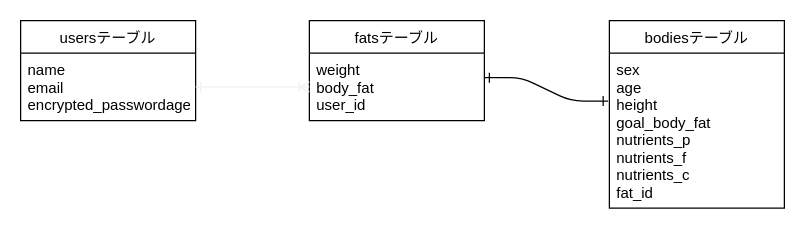
Above: designdb.dio in HSKINK/bodyrecord (draw.io), before the change. Source tidied: cells renumbered, new cells numbered last; positions are measured from the earlier drawing's top-left corner, leaving out a move shared by most shapes. Both pictures are drawn from the tidied source at 125%, with x=0, y=0 at pixel (20, 20).
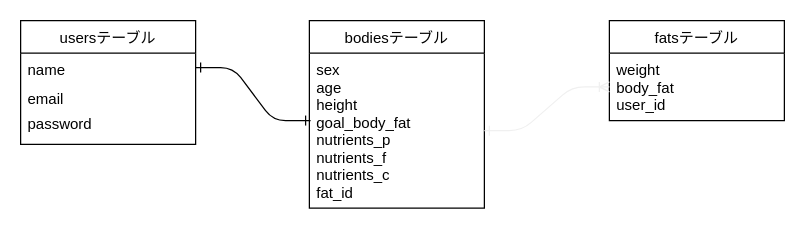
Above is the later version.

The edit, as a diff of the source:
```diff
@@
 <mxGraphModel>
   <root>
     <mxCell id="0" />
     <mxCell id="1" parent="0" />
     <mxCell id="2" value="usersテーブル" style="swimlane;fontStyle=0;horizontal=1;startSize=26;" parent="1" vertex="1">
-      <mxGeometry width="140" height="80" as="geometry" />
+      <mxGeometry width="140" height="99" as="geometry" />
     </mxCell>
     <mxCell id="3" value="fatsテーブル" style="swimlane;fontStyle=0;horizontal=1;startSize=26;" parent="1" vertex="1">
-      <mxGeometry x="231" width="140" height="80" as="geometry" />
+      <mxGeometry x="471" width="140" height="80" as="geometry" />
     </mxCell>
     <mxCell id="4" value="weight&#10;body_fat&#10;user_id" style="text;strokeColor=none;fillColor=none;align=left;verticalAlign=top;spacingLeft=4;spacingRight=4;overflow=hidden;points=[[0,0.5],[1,0.5]];portConstraint=eastwest;" parent="3" vertex="1">
       <mxGeometry y="26" width="140" height="54" as="geometry" />
     </mxCell>
     <mxCell id="5" value="bodiesテーブル" style="swimlane;fontStyle=0;horizontal=1;startSize=26;" parent="1" vertex="1">
-      <mxGeometry x="471" width="140" height="150" as="geometry" />
+      <mxGeometry x="231" width="140" height="150" as="geometry" />
     </mxCell>
     <mxCell id="6" value="sex&#10;age&#10;height&#10;goal_body_fat&#10;nutrients_p&#10;nutrients_f&#10;nutrients_c&#10;fat_id" style="text;strokeColor=none;fillColor=none;align=left;verticalAlign=top;spacingLeft=4;spacingRight=4;overflow=hidden;points=[[0,0.5],[1,0.5]];portConstraint=eastwest;" parent="5" vertex="1">
       <mxGeometry y="26" width="140" height="124" as="geometry" />
     </mxCell>
-    <mxCell id="7" style="edgeStyle=entityRelationEdgeStyle;fontSize=12;html=1;endArrow=ERone;endFill=0;targetPerimeterSpacing=0;sourcePerimeterSpacing=0;startArrow=ERone;startFill=0;entryX=-0.007;entryY=0.309;entryDx=0;entryDy=0;entryPerimeter=0;exitX=1;exitY=0.364;exitDx=0;exitDy=0;exitPerimeter=0;" parent="1" edge="1" source="4" target="6">
+    <mxCell id="7" style="edgeStyle=entityRelationEdgeStyle;fontSize=12;html=1;endArrow=ERone;endFill=0;targetPerimeterSpacing=0;sourcePerimeterSpacing=0;startArrow=ERone;startFill=0;exitX=0.007;exitY=0.435;exitDx=0;exitDy=0;exitPerimeter=0;" parent="1" edge="1" source="6" target="8">
       <mxGeometry relative="1" as="geometry" />
     </mxCell>
-    <mxCell id="8" value="name&#10;email&#10;encrypted_passwordage" style="text;strokeColor=none;fillColor=none;align=left;verticalAlign=top;spacingLeft=4;spacingRight=4;overflow=hidden;points=[[0,0.5],[1,0.5]];portConstraint=eastwest;" parent="1" vertex="1">
-      <mxGeometry y="26" width="140" height="54" as="geometry" />
+    <mxCell id="8" value="name&#10;" style="text;strokeColor=none;fillColor=none;align=left;verticalAlign=top;spacingLeft=4;spacingRight=4;overflow=hidden;points=[[0,0.5],[1,0.5]];portConstraint=eastwest;" parent="1" vertex="1">
+      <mxGeometry y="26" width="140" height="23" as="geometry" />
     </mxCell>
-    <mxCell id="9" style="edgeStyle=entityRelationEdgeStyle;fontSize=12;html=1;endArrow=ERoneToMany;sourcePerimeterSpacing=0;targetPerimeterSpacing=0;strokeColor=#f0f0f0;entryX=0;entryY=0.5;entryDx=0;entryDy=0;exitX=1;exitY=0.5;exitDx=0;exitDy=0;startArrow=ERone;startFill=0;endFill=0;" parent="1" edge="1" source="8" target="4">
+    <mxCell id="9" style="edgeStyle=entityRelationEdgeStyle;fontSize=12;html=1;endArrow=ERoneToMany;sourcePerimeterSpacing=0;targetPerimeterSpacing=0;strokeColor=#f0f0f0;entryX=0;entryY=0.5;entryDx=0;entryDy=0;startArrow=ERone;startFill=0;endFill=0;" parent="1" edge="1" source="6" target="4">
       <mxGeometry relative="1" as="geometry" />
     </mxCell>
+    <mxCell id="10" value="email" style="text;strokeColor=none;fillColor=none;align=left;verticalAlign=top;spacingLeft=4;spacingRight=4;overflow=hidden;" parent="1" vertex="1">
+      <mxGeometry y="49" width="140" height="30" as="geometry" />
+    </mxCell>
+    <mxCell id="11" value="password" style="text;strokeColor=none;fillColor=none;align=left;verticalAlign=top;spacingLeft=4;spacingRight=4;overflow=hidden;" parent="1" vertex="1">
+      <mxGeometry y="69" width="140" height="30" as="geometry" />
+    </mxCell>
   </root>
 </mxGraphModel>
```
